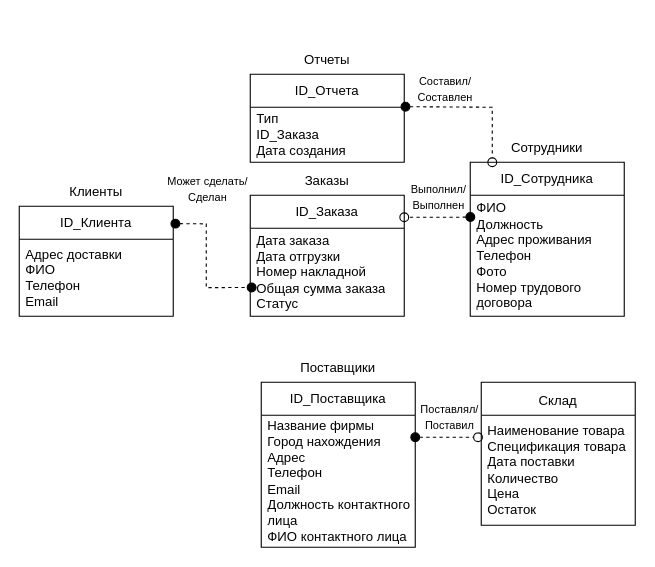
Before: ОРТПС_6.drawio in mopsin666/AKMS, a draw.io diagram. Source tidied: cells renumbered, new cells numbered last; positions are measured from the earlier drawing's top-left corner, leaving out a move shared by most shapes. Both pictures are drawn from the tidied source at 110%, with x=0, y=0 at pixel (19, 19).
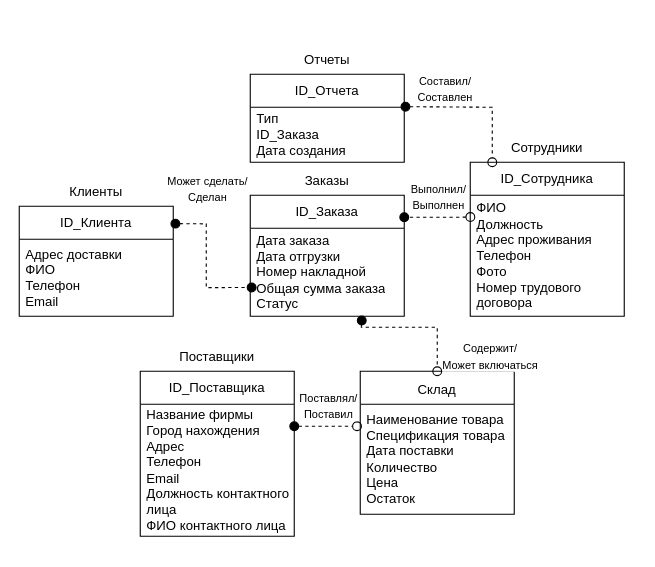
After the change.

The change refers to these unchanged cells:
```xml
<mxCell id="2" value="ID_Заказа" style="swimlane;fontStyle=0;horizontal=1;startSize=30;whiteSpace=wrap;html=1;align=center;" parent="1" vertex="1">
  <mxGeometry x="210" y="160" width="140" height="110" as="geometry" />
</mxCell>
<mxCell id="3" value="Дата заказа&lt;div&gt;Дата отгрузки&lt;/div&gt;&lt;div&gt;Номер накладной&lt;/div&gt;&lt;div&gt;Общая сумма заказа&lt;/div&gt;&lt;div&gt;Статус&lt;/div&gt;" style="text;strokeColor=none;fillColor=none;align=left;verticalAlign=middle;spacingLeft=4;spacingRight=4;overflow=hidden;points=[[0,0.5],[1,0.5]];portConstraint=eastwest;whiteSpace=wrap;html=1;" parent="2" vertex="1">
  <mxGeometry y="30" width="140" height="80" as="geometry" />
</mxCell>
<mxCell id="12" value="Название фирмы&lt;div&gt;Город нахождения&lt;/div&gt;&lt;div&gt;Адрес&lt;/div&gt;&lt;div&gt;Телефон&lt;/div&gt;&lt;div&gt;Email&lt;/div&gt;&lt;div&gt;Должность контактного лица&lt;/div&gt;&lt;div&gt;ФИО контактного лица&lt;/div&gt;" style="text;strokeColor=none;fillColor=none;align=left;verticalAlign=middle;spacingLeft=4;spacingRight=4;overflow=hidden;points=[[0,0.5],[1,0.5]];portConstraint=eastwest;whiteSpace=wrap;html=1;" parent="11" vertex="1">
  <mxGeometry y="30" width="140" height="120" as="geometry" />
</mxCell>
<mxCell id="15" value="Наименование товара&lt;div&gt;Спецификация товара&lt;/div&gt;&lt;div&gt;Дата поставки&lt;/div&gt;&lt;div&gt;Количество&lt;/div&gt;&lt;div&gt;Цена&lt;/div&gt;&lt;div&gt;Остаток&lt;/div&gt;" style="text;strokeColor=none;fillColor=none;align=left;verticalAlign=middle;spacingLeft=4;spacingRight=4;overflow=hidden;points=[[0,0.5],[1,0.5]];portConstraint=eastwest;whiteSpace=wrap;html=1;" parent="14" vertex="1">
  <mxGeometry y="30" width="140" height="100" as="geometry" />
</mxCell>
```

What changed in the source:
```diff
@@
     <mxCell id="11" value="ID_Поставщика" style="swimlane;fontStyle=0;horizontal=1;startSize=30;whiteSpace=wrap;html=1;align=center;" parent="1" vertex="1">
-      <mxGeometry x="220" y="330" width="140" height="150" as="geometry" />
+      <mxGeometry x="110" y="320" width="140" height="150" as="geometry" />
     </mxCell>
@@
     <mxCell id="13" value="&lt;font style=&quot;font-size: 12px;&quot;&gt;Поставщики&lt;/font&gt;" style="text;html=1;whiteSpace=wrap;strokeColor=none;fillColor=none;align=center;verticalAlign=middle;rounded=0;fontSize=16;" parent="1" vertex="1">
-      <mxGeometry x="260" y="300" width="60" height="30" as="geometry" />
+      <mxGeometry x="150" y="290" width="60" height="30" as="geometry" />
     </mxCell>
     <mxCell id="14" style="swimlane;fontStyle=0;horizontal=1;startSize=30;whiteSpace=wrap;html=1;align=center;" parent="1" vertex="1">
-      <mxGeometry x="420" y="330" width="140" height="130" as="geometry" />
+      <mxGeometry x="310" y="320" width="140" height="130" as="geometry" />
     </mxCell>
@@
     <mxCell id="16" value="&lt;font style=&quot;font-size: 12px;&quot;&gt;Склад&lt;/font&gt;" style="text;html=1;whiteSpace=wrap;strokeColor=none;fillColor=none;align=center;verticalAlign=middle;rounded=0;fontSize=16;" parent="1" vertex="1">
-      <mxGeometry x="460" y="330" width="60" height="30" as="geometry" />
+      <mxGeometry x="350" y="320" width="60" height="30" as="geometry" />
     </mxCell>
@@
-    <mxCell id="20" style="html=1;verticalAlign=bottom;startArrow=oval;startFill=1;endArrow=oval;startSize=8;endSize=8;curved=0;rounded=0;fontSize=12;dashed=1;endFill=0;exitX=0.014;exitY=0.18;exitDx=0;exitDy=0;exitPerimeter=0;entryX=1;entryY=0.182;entryDx=0;entryDy=0;entryPerimeter=0;" parent="1" edge="1" target="2">
+    <mxCell id="20" style="html=1;verticalAlign=bottom;startArrow=oval;startFill=0;endArrow=oval;startSize=8;endSize=8;curved=0;rounded=0;fontSize=12;dashed=1;endFill=1;exitX=0.014;exitY=0.18;exitDx=0;exitDy=0;exitPerimeter=0;entryX=1;entryY=0.182;entryDx=0;entryDy=0;entryPerimeter=0;" parent="1" edge="1" target="2">
       <mxGeometry relative="1" as="geometry">
         <mxPoint x="410.1" y="179.8" as="sourcePoint" />
         <Array as="points">
           <mxPoint x="398.2" y="180" />
           <mxPoint x="378.2" y="180" />
         </Array>
       </mxGeometry>
     </mxCell>
     <mxCell id="21" style="html=1;verticalAlign=bottom;startArrow=oval;startFill=1;endArrow=oval;startSize=8;endSize=8;curved=0;rounded=0;fontSize=12;dashed=1;endFill=0;entryX=-0.021;entryY=0.2;entryDx=0;entryDy=0;entryPerimeter=0;exitX=1;exitY=0.167;exitDx=0;exitDy=0;exitPerimeter=0;" parent="1" edge="1" source="12" target="15">
       <mxGeometry relative="1" as="geometry">
         <Array as="points">
-          <mxPoint x="380" y="380" />
+          <mxPoint x="270" y="370" />
         </Array>
       </mxGeometry>
     </mxCell>
@@
+    <mxCell id="28" style="html=1;verticalAlign=bottom;startArrow=oval;startFill=1;endArrow=oval;startSize=8;endSize=8;curved=0;rounded=0;fontSize=12;dashed=1;endFill=0;entryX=0.5;entryY=0;entryDx=0;entryDy=0;exitX=0.724;exitY=1.049;exitDx=0;exitDy=0;exitPerimeter=0;" parent="1" edge="1" source="3" target="16">
+      <mxGeometry relative="1" as="geometry">
+        <Array as="points">
+          <mxPoint x="311" y="280" />
+          <mxPoint x="370" y="280" />
+          <mxPoint x="380" y="280" />
+        </Array>
+      </mxGeometry>
+    </mxCell>
+    <mxCell id="29" value="&lt;span style=&quot;font-size: 10px;&quot;&gt;Содержит/&lt;br&gt;Может включаться&lt;/span&gt;" style="edgeLabel;html=1;align=center;verticalAlign=middle;fontSize=12;" parent="1" vertex="1">
+      <mxGeometry x="500" y="320" as="geometry">
+        <mxPoint x="-73" y="-15" as="offset" />
+      </mxGeometry>
+    </mxCell>
```
